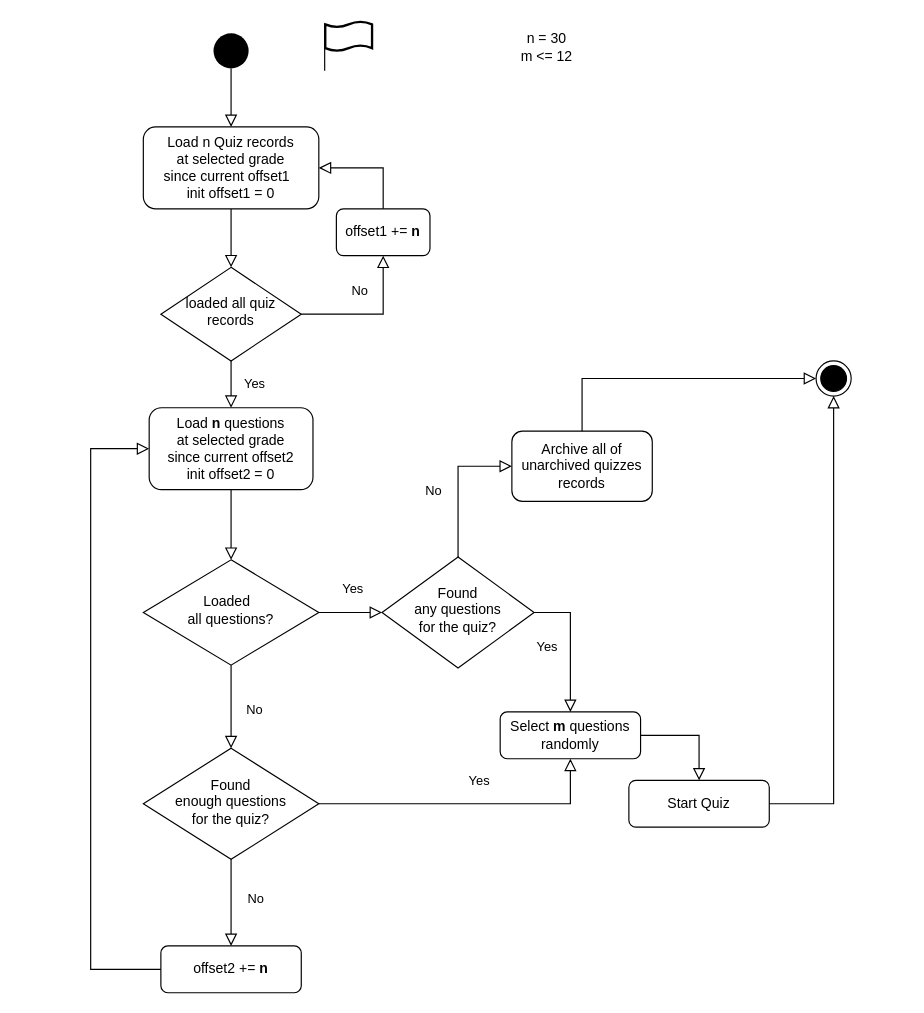
mingyuzhao/Diagrams keeps this draw.io diagram as selectingquestions.drawio. Above is the earlier version. Source tidied: cells renumbered, new cells numbered last; positions are measured from the earlier drawing's top-left corner, leaving out a move shared by most shapes. Both pictures are drawn from the tidied source at 117%, with x=0, y=0 at pixel (90, 21).
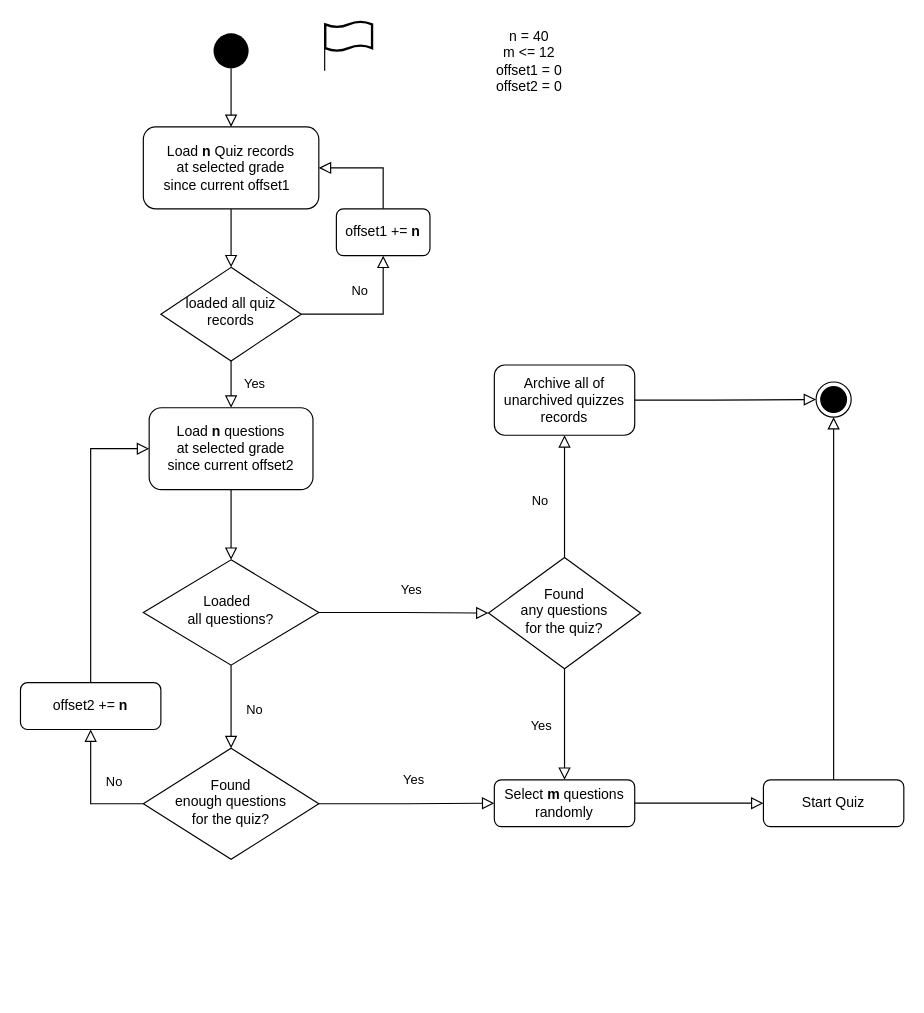
The same page after the edit.

The change refers to these unchanged cells:
```xml
<mxCell id="9" value="Found &lt;br&gt;enough questions &lt;br&gt;for the quiz?" style="rhombus;whiteSpace=wrap;html=1;shadow=0;fontFamily=Helvetica;fontSize=12;align=center;strokeWidth=1;spacing=6;spacingTop=-4;" parent="1" vertex="1">
  <mxGeometry x="45" y="621" width="150" height="95" as="geometry" />
</mxCell>
```

What changed in the source:
```diff
@@
-    <mxCell id="3" value="Load n Quiz records &lt;br&gt;at selected grade&lt;br&gt;since current offset1&amp;nbsp;&amp;nbsp;&lt;br&gt;init offset1 = 0" style="rounded=1;whiteSpace=wrap;html=1;fontSize=12;glass=0;strokeWidth=1;shadow=0;" parent="1" vertex="1">
+    <mxCell id="3" value="Load &lt;b&gt;n&lt;/b&gt; Quiz records &lt;br&gt;at selected grade&lt;br&gt;since current offset1&amp;nbsp;&amp;nbsp;" style="rounded=1;whiteSpace=wrap;html=1;fontSize=12;glass=0;strokeWidth=1;shadow=0;" parent="1" vertex="1">
       <mxGeometry x="45" y="90" width="150" height="70" as="geometry" />
     </mxCell>
@@
-    <mxCell id="7" value="No" style="rounded=0;html=1;jettySize=auto;fontSize=11;endArrow=block;endFill=0;endSize=8;strokeWidth=1;shadow=0;labelBackgroundColor=none;edgeStyle=orthogonalEdgeStyle;" parent="1" edge="1" source="9" target="10">
-      <mxGeometry x="-0.08" y="21" relative="1" as="geometry" />
+    <mxCell id="7" value="No" style="rounded=0;html=1;jettySize=auto;fontSize=11;endArrow=block;endFill=0;endSize=8;strokeWidth=1;shadow=0;labelBackgroundColor=none;edgeStyle=orthogonalEdgeStyle;exitX=0;exitY=0.5;exitDx=0;exitDy=0;" parent="1" edge="1" source="9" target="10">
+      <mxGeometry x="-0.54" y="-19" relative="1" as="geometry">
+        <Array as="points">
+          <mxPoint y="669" />
+        </Array>
+      </mxGeometry>
     </mxCell>
-    <mxCell id="8" value="Yes" style="edgeStyle=orthogonalEdgeStyle;rounded=0;html=1;jettySize=auto;fontSize=11;endArrow=block;endFill=0;endSize=8;strokeWidth=1;shadow=0;labelBackgroundColor=none;entryX=0.5;entryY=1;entryDx=0;entryDy=0;" parent="1" edge="1" source="9" target="33">
+    <mxCell id="8" value="Yes" style="edgeStyle=orthogonalEdgeStyle;rounded=0;html=1;jettySize=auto;fontSize=11;endArrow=block;endFill=0;endSize=8;strokeWidth=1;shadow=0;labelBackgroundColor=none;entryX=0;entryY=0.5;entryDx=0;entryDy=0;" parent="1" edge="1" source="9" target="33">
       <mxGeometry x="0.08" y="20" relative="1" as="geometry" />
     </mxCell>
@@
     <mxCell id="10" value="offset2 += &lt;b&gt;n&lt;/b&gt;" style="rounded=1;whiteSpace=wrap;html=1;fontSize=12;glass=0;strokeWidth=1;shadow=0;" parent="1" vertex="1">
-      <mxGeometry x="60" y="790" width="120" height="40" as="geometry" />
+      <mxGeometry x="-60" y="565" width="120" height="40" as="geometry" />
     </mxCell>
-    <mxCell id="11" value="Load &lt;b&gt;n&lt;/b&gt; questions&lt;br&gt;at selected grade&lt;br&gt;since current offset2&lt;br&gt;init offset2 = 0" style="rounded=1;whiteSpace=wrap;html=1;fontSize=12;glass=0;strokeWidth=1;shadow=0;" parent="1" vertex="1">
+    <mxCell id="11" value="Load &lt;b&gt;n&lt;/b&gt; questions&lt;br&gt;at selected grade&lt;br&gt;since current offset2" style="rounded=1;whiteSpace=wrap;html=1;fontSize=12;glass=0;strokeWidth=1;shadow=0;" parent="1" vertex="1">
       <mxGeometry x="50" y="330" width="140" height="70" as="geometry" />
     </mxCell>
@@
-    <mxCell id="15" style="edgeStyle=orthogonalEdgeStyle;rounded=0;html=1;jettySize=auto;fontSize=11;endArrow=block;endFill=0;endSize=8;strokeWidth=1;shadow=0;labelBackgroundColor=none;exitX=0;exitY=0.5;exitDx=0;exitDy=0;entryX=0;entryY=0.5;entryDx=0;entryDy=0;" parent="1" edge="1" source="10" target="11">
+    <mxCell id="15" style="edgeStyle=orthogonalEdgeStyle;rounded=0;html=1;jettySize=auto;fontSize=11;endArrow=block;endFill=0;endSize=8;strokeWidth=1;shadow=0;labelBackgroundColor=none;entryX=0;entryY=0.5;entryDx=0;entryDy=0;" parent="1" edge="1" source="10" target="11">
       <mxGeometry x="0.55" y="25" relative="1" as="geometry">
         <Array as="points">
-          <mxPoint y="810" />
           <mxPoint y="365" />
         </Array>
       </mxGeometry>
     </mxCell>
@@
     <mxCell id="19" value="Start Quiz" style="rounded=1;whiteSpace=wrap;html=1;fontSize=12;glass=0;strokeWidth=1;shadow=0;" parent="1" vertex="1">
-      <mxGeometry x="460" y="648.5" width="120" height="40" as="geometry" />
+      <mxGeometry x="575" y="648" width="120" height="40" as="geometry" />
     </mxCell>
     <mxCell id="20" value="Found &lt;br&gt;any questions &lt;br&gt;for the quiz?" style="rhombus;whiteSpace=wrap;html=1;shadow=0;fontFamily=Helvetica;fontSize=12;align=center;strokeWidth=1;spacing=6;spacingTop=-4;" parent="1" vertex="1">
-      <mxGeometry x="249" y="457.5" width="130" height="95" as="geometry" />
+      <mxGeometry x="340" y="458" width="130" height="95" as="geometry" />
     </mxCell>
@@
     <mxCell id="26" style="ellipse;html=1;shape=endState;fillColor=#000000;strokeColor=#000000;" parent="1" vertex="1">
-      <mxGeometry x="620" y="290" width="30" height="30" as="geometry" />
+      <mxGeometry x="620" y="308" width="30" height="30" as="geometry" />
     </mxCell>
-    <mxCell id="27" style="edgeStyle=orthogonalEdgeStyle;rounded=0;html=1;jettySize=auto;fontSize=11;endArrow=block;endFill=0;endSize=8;strokeWidth=1;shadow=0;labelBackgroundColor=none;exitX=1;exitY=0.5;exitDx=0;exitDy=0;entryX=0.5;entryY=1;entryDx=0;entryDy=0;" parent="1" edge="1" source="19" target="26">
-      <mxGeometry x="0.55" y="25" relative="1" as="geometry">
-        <Array as="points">
-          <mxPoint x="635" y="669" />
-        </Array>
-      </mxGeometry>
+    <mxCell id="27" style="edgeStyle=orthogonalEdgeStyle;rounded=0;html=1;jettySize=auto;fontSize=11;endArrow=block;endFill=0;endSize=8;strokeWidth=1;shadow=0;labelBackgroundColor=none;entryX=0.5;entryY=1;entryDx=0;entryDy=0;exitX=0.5;exitY=0;exitDx=0;exitDy=0;" parent="1" edge="1" source="19" target="26">
+      <mxGeometry x="0.55" y="25" relative="1" as="geometry" />
     </mxCell>
-    <mxCell id="28" value="Yes" style="edgeStyle=orthogonalEdgeStyle;rounded=0;html=1;jettySize=auto;fontSize=11;endArrow=block;endFill=0;endSize=8;strokeWidth=1;shadow=0;labelBackgroundColor=none;exitX=1;exitY=0.5;exitDx=0;exitDy=0;entryX=0.5;entryY=0;entryDx=0;entryDy=0;" parent="1" edge="1" source="20" target="33">
+    <mxCell id="28" value="Yes" style="edgeStyle=orthogonalEdgeStyle;rounded=0;html=1;jettySize=auto;fontSize=11;endArrow=block;endFill=0;endSize=8;strokeWidth=1;shadow=0;labelBackgroundColor=none;entryX=0.5;entryY=0;entryDx=0;entryDy=0;" parent="1" edge="1" source="20" target="33">
       <mxGeometry x="0.04" y="-20" relative="1" as="geometry" />
     </mxCell>
-    <mxCell id="29" value="No" style="rounded=0;html=1;jettySize=auto;fontSize=11;endArrow=block;endFill=0;endSize=8;strokeWidth=1;shadow=0;labelBackgroundColor=none;edgeStyle=orthogonalEdgeStyle;exitX=0.5;exitY=0;exitDx=0;exitDy=0;entryX=0;entryY=0.5;entryDx=0;entryDy=0;" parent="1" edge="1" source="20" target="30">
+    <mxCell id="29" value="No" style="rounded=0;html=1;jettySize=auto;fontSize=11;endArrow=block;endFill=0;endSize=8;strokeWidth=1;shadow=0;labelBackgroundColor=none;edgeStyle=orthogonalEdgeStyle;exitX=0.5;exitY=0;exitDx=0;exitDy=0;entryX=0.5;entryY=1;entryDx=0;entryDy=0;" parent="1" edge="1" source="20" target="30">
       <mxGeometry x="-0.08" y="21" relative="1" as="geometry" />
     </mxCell>
     <mxCell id="30" value="Archive all of unarchived quizzes records" style="rounded=1;whiteSpace=wrap;html=1;fontSize=12;glass=0;strokeWidth=1;shadow=0;" parent="1" vertex="1">
-      <mxGeometry x="360" y="350" width="120" height="60" as="geometry" />
+      <mxGeometry x="345" y="293.5" width="120" height="60" as="geometry" />
     </mxCell>
-    <mxCell id="31" style="edgeStyle=orthogonalEdgeStyle;rounded=0;html=1;jettySize=auto;fontSize=11;endArrow=block;endFill=0;endSize=8;strokeWidth=1;shadow=0;labelBackgroundColor=none;exitX=1;exitY=0.5;exitDx=0;exitDy=0;entryX=0.5;entryY=0;entryDx=0;entryDy=0;" parent="1" edge="1" source="33" target="19">
-      <mxGeometry x="0.55" y="25" relative="1" as="geometry">
-        <Array as="points">
-          <mxPoint x="520" y="610" />
-        </Array>
-      </mxGeometry>
+    <mxCell id="31" style="edgeStyle=orthogonalEdgeStyle;rounded=0;html=1;jettySize=auto;fontSize=11;endArrow=block;endFill=0;endSize=8;strokeWidth=1;shadow=0;labelBackgroundColor=none;exitX=1;exitY=0.5;exitDx=0;exitDy=0;entryX=0;entryY=0.5;entryDx=0;entryDy=0;" parent="1" edge="1" source="33" target="19">
+      <mxGeometry x="0.55" y="25" relative="1" as="geometry" />
     </mxCell>
-    <mxCell id="32" value="n = 30&lt;br&gt;m &amp;lt;= 12" style="text;html=1;strokeColor=none;fillColor=none;align=center;verticalAlign=middle;whiteSpace=wrap;rounded=0;" parent="1" vertex="1">
-      <mxGeometry x="360" y="12" width="60" height="20" as="geometry" />
+    <mxCell id="32" value="n = 40&lt;br&gt;m &amp;lt;= 12&lt;br&gt;offset1 = 0&lt;br&gt;offset2 = 0" style="text;html=1;strokeColor=none;fillColor=none;align=center;verticalAlign=middle;whiteSpace=wrap;rounded=0;" parent="1" vertex="1">
+      <mxGeometry x="340" width="70" height="68" as="geometry" />
     </mxCell>
     <mxCell id="33" value="Select &lt;b&gt;m&lt;/b&gt; questions randomly" style="rounded=1;whiteSpace=wrap;html=1;fontSize=12;glass=0;strokeWidth=1;shadow=0;" parent="1" vertex="1">
-      <mxGeometry x="350" y="590" width="120" height="40" as="geometry" />
+      <mxGeometry x="345" y="648" width="120" height="40" as="geometry" />
     </mxCell>
-    <mxCell id="34" style="edgeStyle=orthogonalEdgeStyle;rounded=0;html=1;jettySize=auto;fontSize=11;endArrow=block;endFill=0;endSize=8;strokeWidth=1;shadow=0;labelBackgroundColor=none;exitX=0.5;exitY=0;exitDx=0;exitDy=0;entryX=0;entryY=0.5;entryDx=0;entryDy=0;" parent="1" edge="1" source="30" target="26">
+    <mxCell id="34" style="edgeStyle=orthogonalEdgeStyle;rounded=0;html=1;jettySize=auto;fontSize=11;endArrow=block;endFill=0;endSize=8;strokeWidth=1;shadow=0;labelBackgroundColor=none;exitX=1;exitY=0.5;exitDx=0;exitDy=0;entryX=0;entryY=0.5;entryDx=0;entryDy=0;" parent="1" edge="1" source="30" target="26">
       <mxGeometry x="0.55" y="25" relative="1" as="geometry">
         <Array as="points">
-          <mxPoint x="420" y="305" />
+          <mxPoint x="530" y="324" />
         </Array>
       </mxGeometry>
     </mxCell>
```
